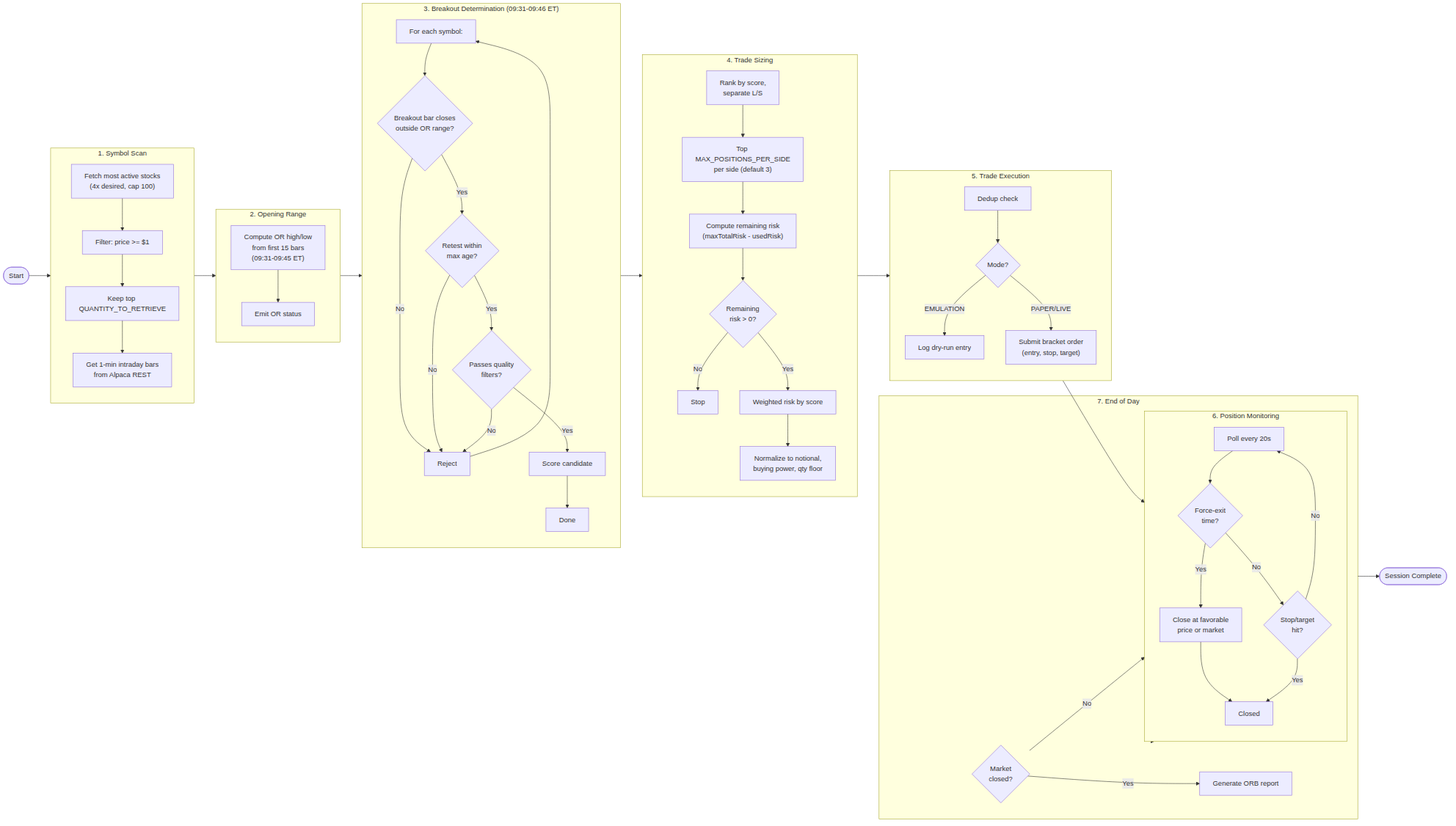
Earlier version of the Mermaid export docs/workflow.png (reselbob/orbilicious). Its source is kept beside it as docs/workflow.mmd. The source it was exported from:
```mermaid
flowchart LR
    Start([Start]) --> Scan

    subgraph Scan ["1. Symbol Scan"]
        direction TB
        Fetch["Fetch most active stocks<br>(4x desired, cap 100)"] --> Price["Filter: price >= $1"]
        Price --> Top["Keep top QUANTITY_TO_RETRIEVE"]
        Top --> Bars["Get 1-min intraday bars<br>from Alpaca REST"]
    end

    Scan --> OR

    subgraph OR ["2. Opening Range"]
        direction TB
        CompOR["Compute OR high/low<br>from first 15 bars<br>(09:31-09:45 ET)"] --> EmitOR["Emit OR status"]
    end

    OR --> BD

    subgraph BD ["3. Breakout Determination (09:31-09:46 ET)"]
        direction TB
        ForEach["For each symbol:"] --> BC{Breakout bar closes<br>outside OR range?}
        BC -->|No| Reject[Reject]
        BC -->|Yes| Retest{Retest within<br>max age?}
        Retest -->|No| Reject
        Retest -->|Yes| QF{Passes quality<br>filters?}
        QF -->|No| Reject
        QF -->|Yes| Score["Score candidate"]
        Reject --> ForEach
        Score --> DoneBD["Done"]
    end

    BD --> TS

    subgraph TS ["4. Trade Sizing"]
        direction TB
        Rank["Rank by score,<br>separate L/S"] --> Select["Top MAX_POSITIONS_PER_SIDE<br>per side (default 3)"]
        Select --> Risk["Compute remaining risk<br>(maxTotalRisk - usedRisk)"]
        Risk --> Check{Remaining<br>risk > 0?}
        Check -->|No| Stop[Stop]
        Check -->|Yes| Weight["Weighted risk by score"]
        Weight --> Norm["Normalize to notional,<br>buying power, qty floor"]
    end

    TS --> TE

    subgraph TE ["5. Trade Execution"]
        direction TB
        Dedup["Dedup check"] --> Mode{Mode?}
        Mode -->|EMULATION| Dry["Log dry-run entry"]
        Mode -->|PAPER/LIVE| Order["Submit bracket order<br>(entry, stop, target)"]
    end

    TE --> PM

    subgraph PM ["6. Position Monitoring"]
        direction TB
        Poll["Poll every 20s"] --> FE{Force-exit<br>time?}
        FE -->|Yes| FC["Close at favorable<br>price or market"]
        FE -->|No| Broker{Stop/target<br>hit?}
        Broker -->|Yes| Done[Closed]
        Broker -->|No| Poll
        FC --> Done
    end

    PM --> EOD

    subgraph EOD ["7. End of Day"]
        direction TB
        MC{Market<br>closed?} -->|Yes| Report["Generate ORB report"]
        MC -->|No| PM
    end

    EOD --> End([Session Complete])
```
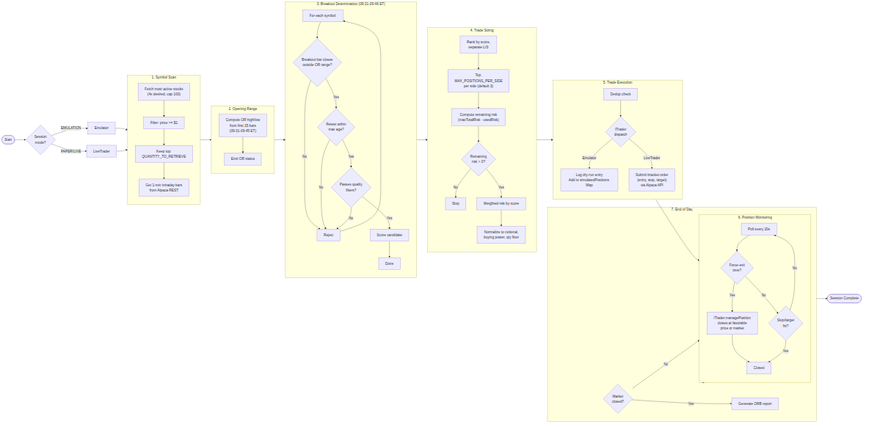
Above is the later version.

The edit, as a diff of the source:
```diff
@@ -1,5 +1,8 @@
 flowchart LR
-    Start([Start]) --> Scan
+    Start([Start]) --> Mode{Session<br>mode?}
+    Mode -->|EMULATION| Em[Emulator]
+    Mode -->|PAPER/LIVE| Live[LiveTrader]
+    Em & Live --> Scan
 
     subgraph Scan ["1. Symbol Scan"]
         direction TB
@@ -46,9 +49,9 @@
 
     subgraph TE ["5. Trade Execution"]
         direction TB
-        Dedup["Dedup check"] --> Mode{Mode?}
-        Mode -->|EMULATION| Dry["Log dry-run entry"]
-        Mode -->|PAPER/LIVE| Order["Submit bracket order<br>(entry, stop, target)"]
+        Dedup["Dedup check"] --> ITE{ITrader<br>dispatch}
+        ITE -->|Emulator| Dry["Log dry-run entry<br>Add to simulatedPositions Map"]
+        ITE -->|LiveTrader| Order["Submit bracket order<br>(entry, stop, target)<br>via Alpaca API"]
     end
 
     TE --> PM
@@ -56,7 +59,7 @@
     subgraph PM ["6. Position Monitoring"]
         direction TB
         Poll["Poll every 20s"] --> FE{Force-exit<br>time?}
-        FE -->|Yes| FC["Close at favorable<br>price or market"]
+        FE -->|Yes| FC["ITrader.managePosition<br>closes at favorable<br>price or market"]
         FE -->|No| Broker{Stop/target<br>hit?}
         Broker -->|Yes| Done[Closed]
         Broker -->|No| Poll
```
